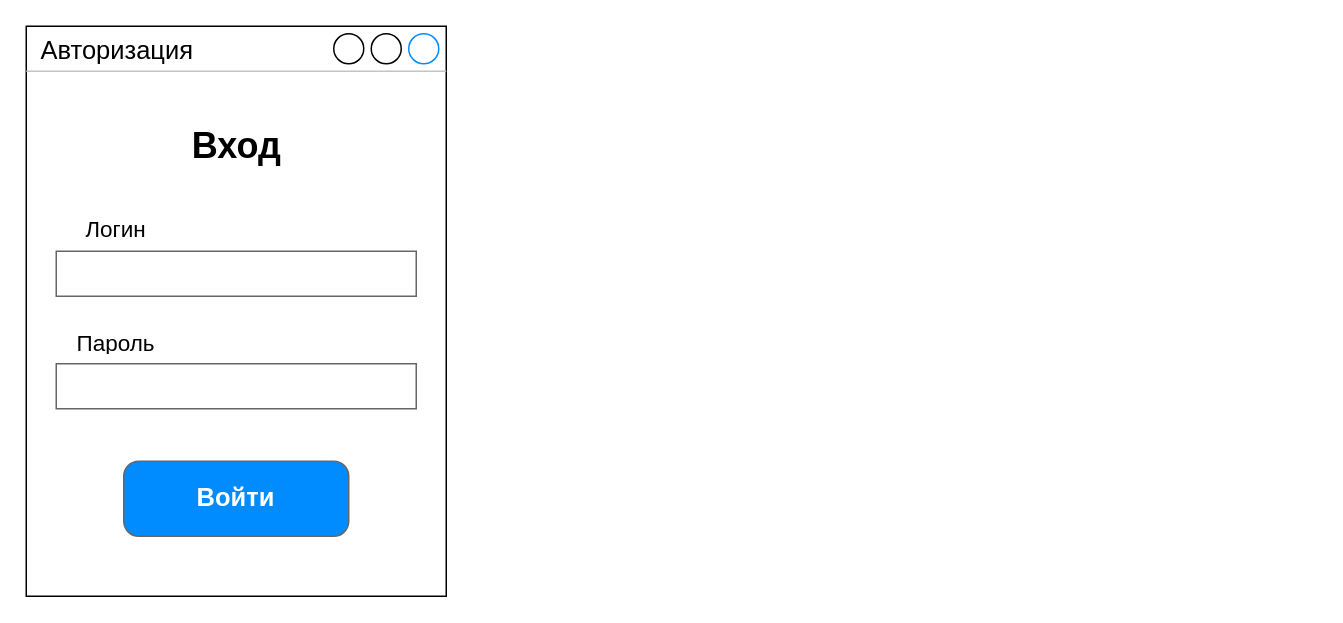
Natasaruk/PPMixCart keeps this draw.io diagram as Untitled Diagram.drawio. Above is the earlier version. Source tidied: cells renumbered, new cells numbered last; positions are measured from the earlier drawing's top-left corner, leaving out a move shared by most shapes. Both pictures are drawn from the tidied source at 150%, with x=0, y=0 at pixel (26, 26).
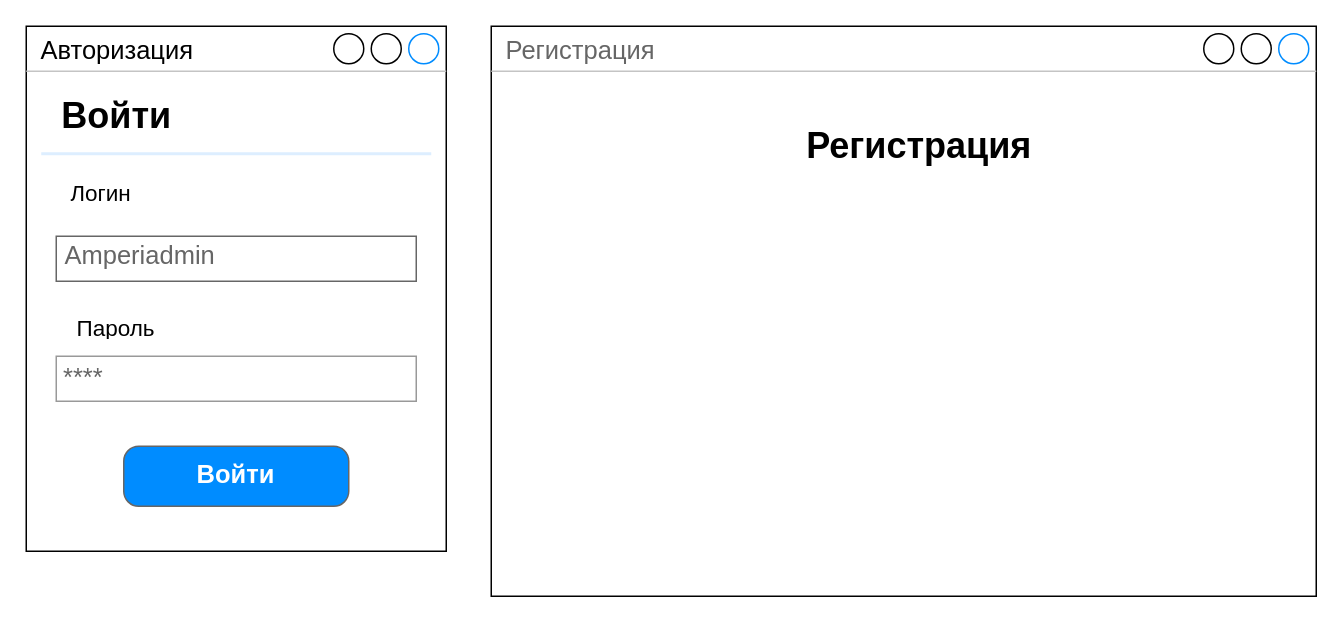
Above is the later version.

What changed in the source:
```diff
@@
 <mxGraphModel background="#ffffff">
   <root>
     <mxCell id="0" />
     <mxCell id="1" parent="0" />
     <mxCell id="2" value="Авторизация&lt;br&gt;" style="strokeWidth=1;shadow=0;dashed=0;align=center;html=1;shape=mxgraph.mockup.containers.window;align=left;verticalAlign=top;spacingLeft=8;strokeColor2=#008cff;strokeColor3=#c4c4c4;mainText=;fontSize=17;labelBackgroundColor=none;" parent="1" vertex="1">
-      <mxGeometry width="280" height="380" as="geometry" />
+      <mxGeometry width="280" height="350" as="geometry" />
     </mxCell>
-    <mxCell id="3" style="strokeWidth=1;shadow=0;dashed=0;align=center;html=1;shape=mxgraph.mockup.text.textBox;fontColor=#666666;align=left;fontSize=17;spacingLeft=4;spacingTop=-3;strokeColor=#666666;mainText=;gradientColor=none;" parent="1" vertex="1">
-      <mxGeometry x="20" y="150" width="240" height="30" as="geometry" />
+    <mxCell id="3" value="Amperiadmin" style="strokeWidth=1;shadow=0;dashed=0;align=center;html=1;shape=mxgraph.mockup.text.textBox;fontColor=#666666;align=left;fontSize=17;spacingLeft=4;spacingTop=-3;strokeColor=#666666;mainText=;gradientColor=none;" parent="1" vertex="1">
+      <mxGeometry x="20" y="140" width="240" height="30" as="geometry" />
     </mxCell>
-    <mxCell id="4" style="strokeWidth=1;shadow=0;dashed=0;align=center;html=1;shape=mxgraph.mockup.text.textBox;fontColor=#666666;align=left;fontSize=17;spacingLeft=4;spacingTop=-3;strokeColor=#666666;mainText=;gradientColor=none;" parent="1" vertex="1">
-      <mxGeometry x="20" y="225" width="240" height="30" as="geometry" />
-    </mxCell>
     <mxCell id="5" value="Логин" style="text;html=1;strokeColor=none;fillColor=none;align=center;verticalAlign=middle;whiteSpace=wrap;overflow=hidden;fontSize=15;" parent="1" vertex="1">
-      <mxGeometry x="20" y="124" width="80" height="20" as="geometry" />
+      <mxGeometry x="10" y="100" width="80" height="20" as="geometry" />
     </mxCell>
     <mxCell id="6" value="Пароль" style="text;html=1;strokeColor=none;fillColor=none;align=center;verticalAlign=middle;whiteSpace=wrap;overflow=hidden;fontSize=15;" parent="1" vertex="1">
-      <mxGeometry x="20" y="200" width="80" height="20" as="geometry" />
+      <mxGeometry x="20" y="190" width="80" height="20" as="geometry" />
     </mxCell>
     <mxCell id="7" value="Войти" style="strokeWidth=1;shadow=0;dashed=0;align=center;html=1;shape=mxgraph.mockup.buttons.button;strokeColor=#666666;fontColor=#ffffff;mainText=;buttonStyle=round;fontSize=17;fontStyle=1;fillColor=#008cff;whiteSpace=wrap;" parent="1" vertex="1">
-      <mxGeometry x="65" y="290" width="150" height="50" as="geometry" />
+      <mxGeometry x="65" y="280" width="150" height="40" as="geometry" />
     </mxCell>
-    <mxCell id="8" value="Вход" style="text;strokeColor=none;fillColor=none;html=1;fontSize=24;fontStyle=1;verticalAlign=middle;align=center;" parent="1" vertex="1">
-      <mxGeometry x="90" y="60" width="100" height="40" as="geometry" />
+    <mxCell id="8" value="Войти" style="text;strokeColor=none;fillColor=none;html=1;fontSize=24;fontStyle=1;verticalAlign=middle;align=center;" parent="1" vertex="1">
+      <mxGeometry x="10" y="40" width="100" height="40" as="geometry" />
     </mxCell>
+    <mxCell id="9" value="Регистрация" style="strokeWidth=1;shadow=0;dashed=0;align=center;html=1;shape=mxgraph.mockup.containers.window;align=left;verticalAlign=top;spacingLeft=8;strokeColor2=#008cff;strokeColor3=#c4c4c4;fontColor=#666666;mainText=;fontSize=17;labelBackgroundColor=none;gradientColor=none;" parent="1" vertex="1">
+      <mxGeometry x="310" width="550" height="380" as="geometry" />
+    </mxCell>
+    <mxCell id="10" value="Регистрация" style="text;strokeColor=none;fillColor=none;html=1;fontSize=24;fontStyle=1;verticalAlign=middle;align=center;" parent="1" vertex="1">
+      <mxGeometry x="545" y="60" width="100" height="40" as="geometry" />
+    </mxCell>
+    <mxCell id="11" style="shape=line;strokeColor=#ddeeff;strokeWidth=2;html=1;" parent="1" vertex="1">
+      <mxGeometry x="10" y="80" width="260" height="10" as="geometry" />
+    </mxCell>
+    <mxCell id="12" value="****" style="strokeWidth=1;shadow=0;dashed=0;align=center;html=1;shape=mxgraph.mockup.forms.pwField;strokeColor=#999999;mainText=;align=left;fontColor=#666666;fontSize=17;spacingLeft=3;gradientColor=none;" parent="1" vertex="1">
+      <mxGeometry x="20" y="220" width="240" height="30" as="geometry" />
+    </mxCell>
   </root>
 </mxGraphModel>
```
